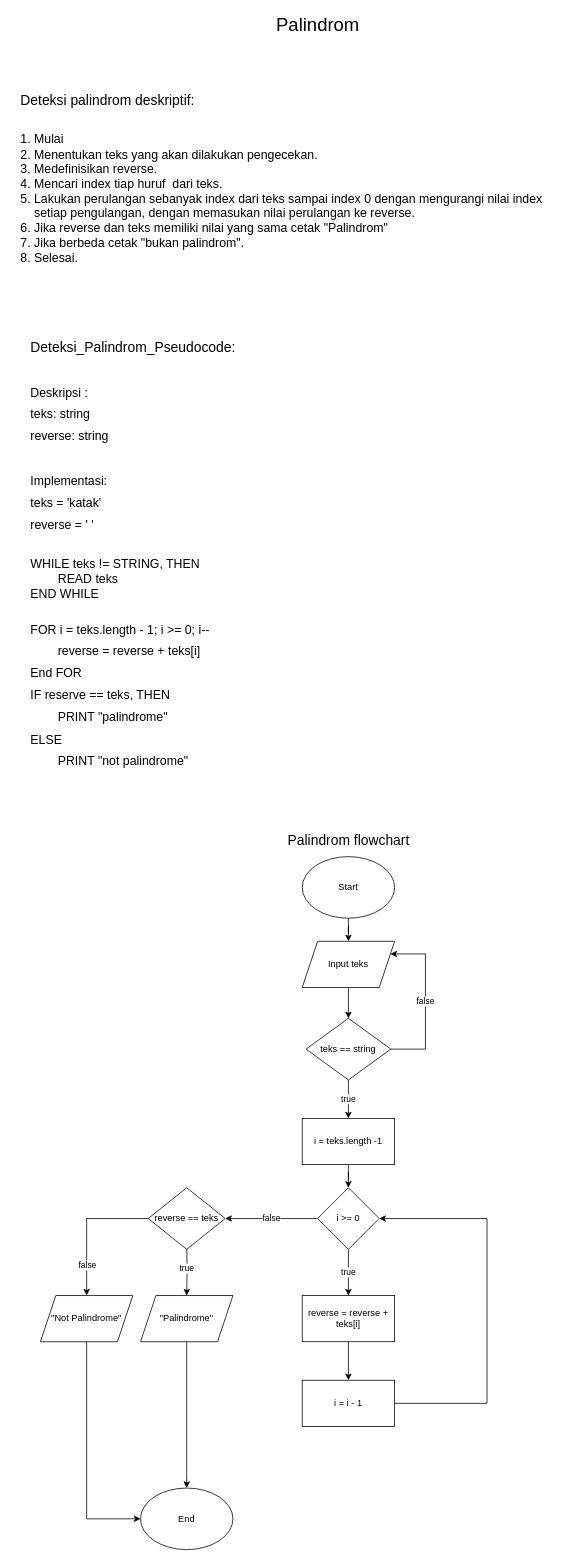
The draw.io diagram Palindrom.drawio in rintosaputro/fw5-algoritma, before the edit. Source tidied: cells renumbered, new cells numbered last; positions are measured from the earlier drawing's top-left corner, leaving out a move shared by most shapes. Both pictures are drawn from the tidied source at 77%, with x=0, y=0 at pixel (13, 13).
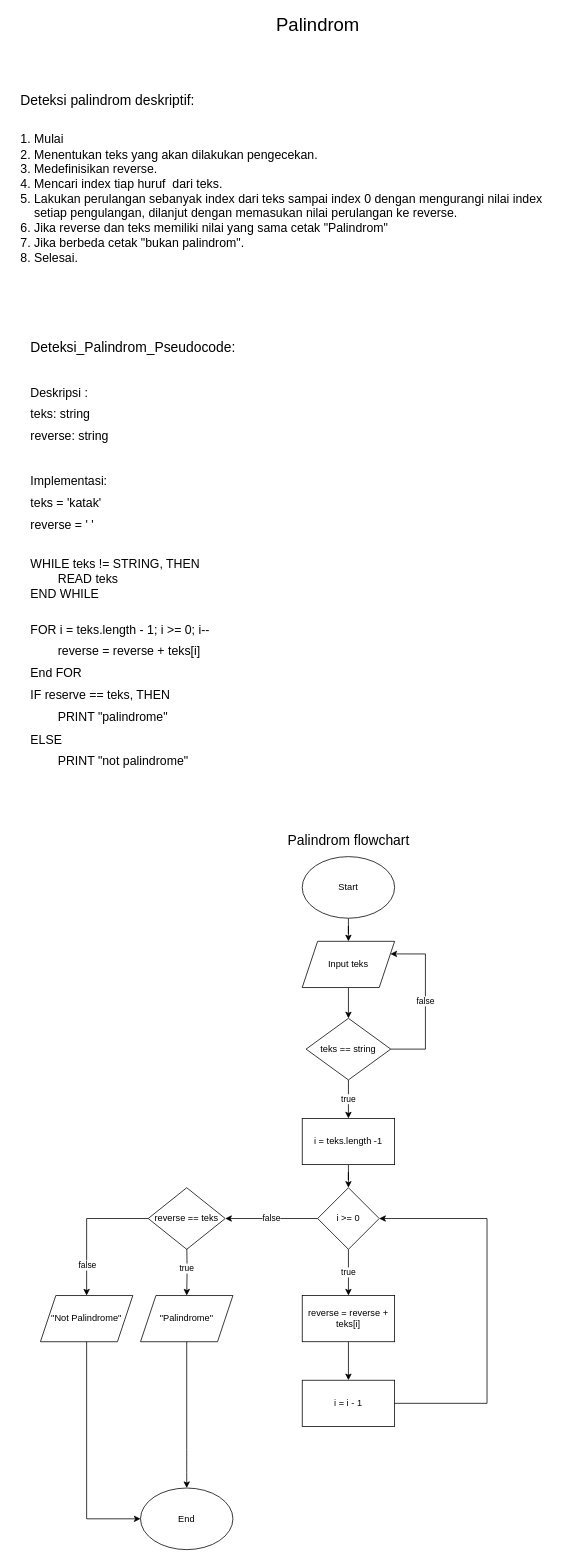
After the change.

Change to the diagram source:
```diff
@@
-    <mxCell id="23" value="&lt;div style=&quot;text-align: left&quot;&gt;&lt;font style=&quot;font-size: 18px&quot;&gt;Deteksi palindrom deskriptif:&lt;/font&gt;&lt;/div&gt;&lt;div style=&quot;font-size: 24px ; text-align: left&quot;&gt;&lt;span style=&quot;font-size: medium&quot;&gt;&lt;br&gt;&lt;/span&gt;&lt;/div&gt;&lt;font size=&quot;3&quot;&gt;&lt;div style=&quot;text-align: left&quot;&gt;1. Mulai&lt;/div&gt;&lt;div style=&quot;text-align: left&quot;&gt;2. Menentukan teks yang akan dilakukan pengecekan.&lt;/div&gt;&lt;div style=&quot;text-align: left&quot;&gt;3.&amp;nbsp;&lt;span&gt;Medefinisikan reverse.&lt;/span&gt;&lt;/div&gt;&lt;/font&gt;&lt;font size=&quot;3&quot;&gt;&lt;div style=&quot;text-align: left&quot;&gt;4. Mencari index tiap huruf&amp;nbsp; dari teks.&lt;/div&gt;&lt;div style=&quot;text-align: left&quot;&gt;5. Lakukan perulangan sebanyak index dari teks sampai index 0 dengan mengurangi nilai index&amp;nbsp;&lt;/div&gt;&lt;div style=&quot;text-align: left&quot;&gt;&amp;nbsp; &amp;nbsp; setiap pengulangan, dengan memasukan nilai perulangan ke reverse.&lt;/div&gt;&lt;div style=&quot;text-align: left&quot;&gt;6. Jika reverse dan teks memiliki nilai yang sama cetak &quot;Palindrom&quot;&amp;nbsp;&lt;/div&gt;&lt;div style=&quot;text-align: left&quot;&gt;7. Jika berbeda cetak &quot;bukan palindrom&quot;.&lt;/div&gt;&lt;div style=&quot;text-align: left&quot;&gt;8. Selesai.&lt;/div&gt;&lt;/font&gt;" style="text;html=1;align=center;verticalAlign=middle;strokeColor=none;fillColor=none;" parent="1" vertex="1">
+    <mxCell id="23" value="&lt;div style=&quot;text-align: left&quot;&gt;&lt;font style=&quot;font-size: 18px&quot;&gt;Deteksi palindrom deskriptif:&lt;/font&gt;&lt;/div&gt;&lt;div style=&quot;font-size: 24px ; text-align: left&quot;&gt;&lt;span style=&quot;font-size: medium&quot;&gt;&lt;br&gt;&lt;/span&gt;&lt;/div&gt;&lt;font size=&quot;3&quot;&gt;&lt;div style=&quot;text-align: left&quot;&gt;1. Mulai&lt;/div&gt;&lt;div style=&quot;text-align: left&quot;&gt;2. Menentukan teks yang akan dilakukan pengecekan.&lt;/div&gt;&lt;div style=&quot;text-align: left&quot;&gt;3.&amp;nbsp;&lt;span&gt;Medefinisikan reverse.&lt;/span&gt;&lt;/div&gt;&lt;/font&gt;&lt;font size=&quot;3&quot;&gt;&lt;div style=&quot;text-align: left&quot;&gt;4. Mencari index tiap huruf&amp;nbsp; dari teks.&lt;/div&gt;&lt;div style=&quot;text-align: left&quot;&gt;5. Lakukan perulangan sebanyak index dari teks sampai index 0 dengan mengurangi nilai index&amp;nbsp;&lt;/div&gt;&lt;div style=&quot;text-align: left&quot;&gt;&amp;nbsp; &amp;nbsp; setiap pengulangan, dilanjut dengan memasukan nilai perulangan ke reverse.&lt;/div&gt;&lt;div style=&quot;text-align: left&quot;&gt;6. Jika reverse dan teks memiliki nilai yang sama cetak &quot;Palindrom&quot;&amp;nbsp;&lt;/div&gt;&lt;div style=&quot;text-align: left&quot;&gt;7. Jika berbeda cetak &quot;bukan palindrom&quot;.&lt;/div&gt;&lt;div style=&quot;text-align: left&quot;&gt;8. Selesai.&lt;/div&gt;&lt;/font&gt;" style="text;html=1;align=center;verticalAlign=middle;strokeColor=none;fillColor=none;" parent="1" vertex="1">
       <mxGeometry y="135" width="700" height="160" as="geometry" />
     </mxCell>
```
